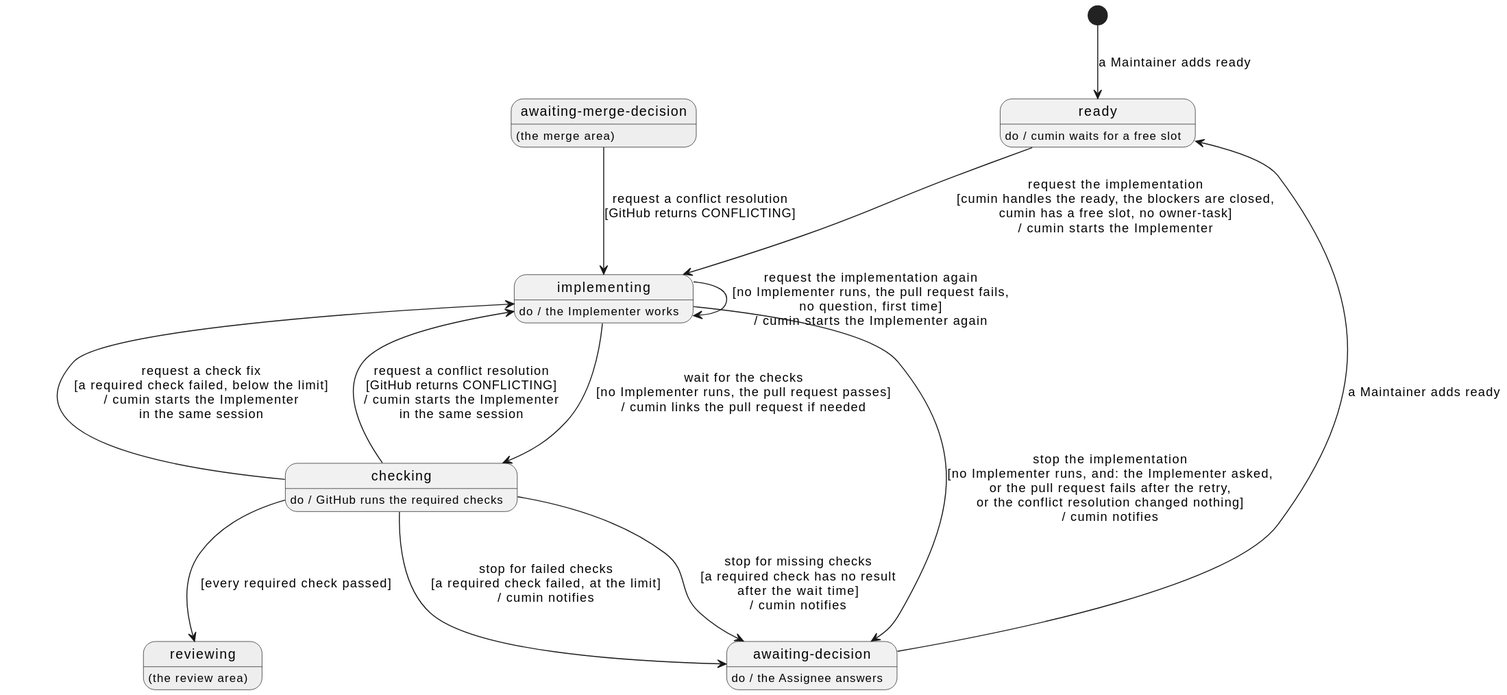
Above: docs/ja/requirements/impl/overview.svg in cloveclovedev/cumin-works (PlantUML), before the change. Its diagram source:
```plantuml
@startuml

hide empty description

state "ready" as Ready
Ready : do / cumin waits for a free slot

state "implementing" as Implementing
Implementing : do / the Implementer works

state "checking" as Checking
Checking : do / GitHub runs the required checks

state "awaiting-decision" as Decision
Decision : do / the Assignee answers

state "reviewing" as Reviewing #EEEEEE
Reviewing : (the review area)

state "awaiting-merge-decision" as MergeDecision #EEEEEE
MergeDecision : (the merge area)

[*] --> Ready : a Maintainer adds ready
Ready --> Implementing : request the implementation\n[cumin handles the ready, the blockers are closed,\ncumin has a free slot, no owner-task]\n/ cumin starts the Implementer
Implementing --> Checking : wait for the checks\n[no Implementer runs, the pull request passes]\n/ cumin links the pull request if needed
Implementing --> Implementing : request the implementation again\n[no Implementer runs, the pull request fails,\nno question, first time]\n/ cumin starts the Implementer again
Implementing --> Decision : stop the implementation\n[no Implementer runs, and: the Implementer asked,\nor the pull request fails after the retry,\nor the conflict resolution changed nothing]\n/ cumin notifies
Checking --> Implementing : request a check fix\n[a required check failed, below the limit]\n/ cumin starts the Implementer\nin the same session
Checking --> Decision : stop for failed checks\n[a required check failed, at the limit]\n/ cumin notifies
Checking --> Decision : stop for missing checks\n[a required check has no result\nafter the wait time]\n/ cumin notifies
Checking --> Implementing : request a conflict resolution\n[GitHub returns CONFLICTING]\n/ cumin starts the Implementer\nin the same session
MergeDecision --> Implementing : request a conflict resolution\n[GitHub returns CONFLICTING]
Checking --> Reviewing : [every required check passed]
Decision --> Ready : a Maintainer adds ready
@enduml
```
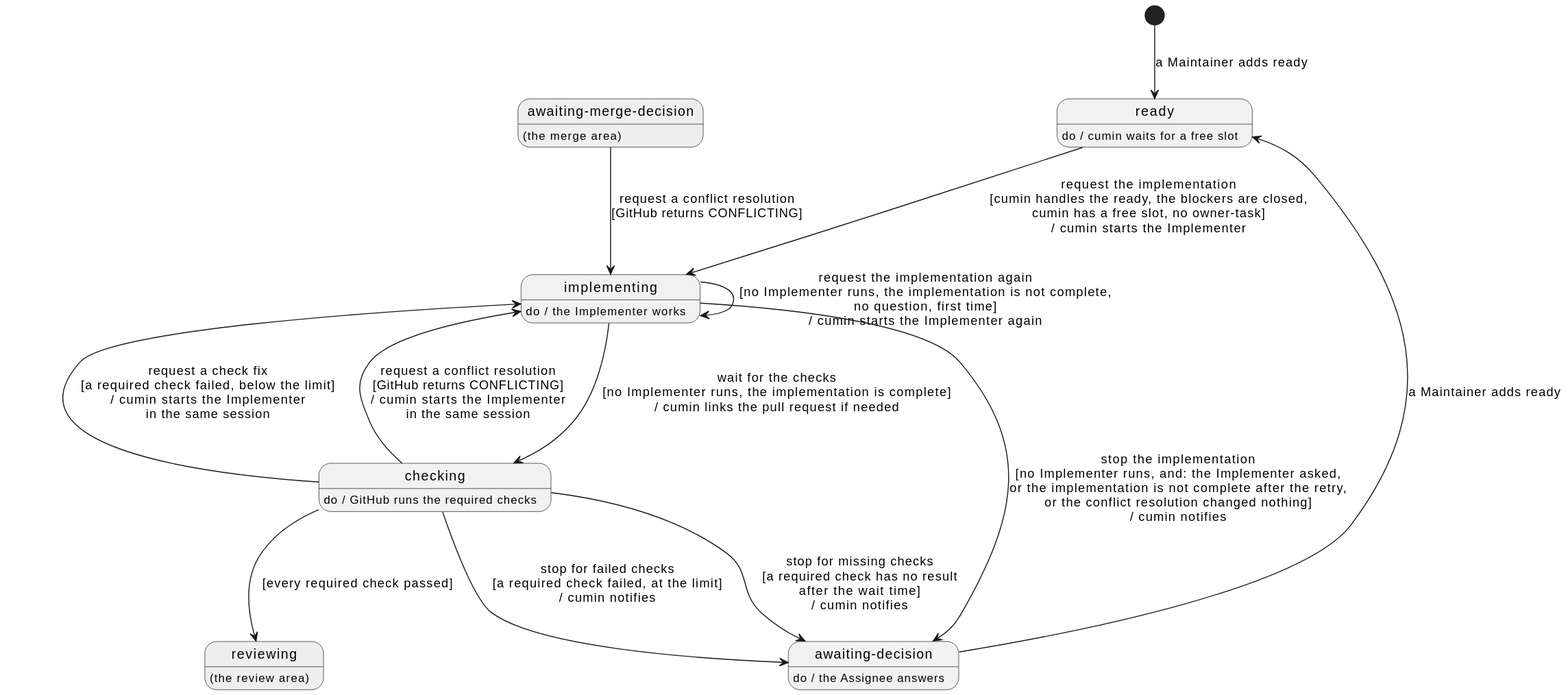
The same file after the commit.

Commit message:
docs(requirements): reword the IMPL and REVIEW completion checks and section titles

Change to the diagram source:
```diff
@@ -22,9 +22,9 @@
 
 [*] --> Ready : a Maintainer adds ready
 Ready --> Implementing : request the implementation\n[cumin handles the ready, the blockers are closed,\ncumin has a free slot, no owner-task]\n/ cumin starts the Implementer
-Implementing --> Checking : wait for the checks\n[no Implementer runs, the pull request passes]\n/ cumin links the pull request if needed
-Implementing --> Implementing : request the implementation again\n[no Implementer runs, the pull request fails,\nno question, first time]\n/ cumin starts the Implementer again
-Implementing --> Decision : stop the implementation\n[no Implementer runs, and: the Implementer asked,\nor the pull request fails after the retry,\nor the conflict resolution changed nothing]\n/ cumin notifies
+Implementing --> Checking : wait for the checks\n[no Implementer runs, the implementation is complete]\n/ cumin links the pull request if needed
+Implementing --> Implementing : request the implementation again\n[no Implementer runs, the implementation is not complete,\nno question, first time]\n/ cumin starts the Implementer again
+Implementing --> Decision : stop the implementation\n[no Implementer runs, and: the Implementer asked,\nor the implementation is not complete after the retry,\nor the conflict resolution changed nothing]\n/ cumin notifies
 Checking --> Implementing : request a check fix\n[a required check failed, below the limit]\n/ cumin starts the Implementer\nin the same session
 Checking --> Decision : stop for failed checks\n[a required check failed, at the limit]\n/ cumin notifies
 Checking --> Decision : stop for missing checks\n[a required check has no result\nafter the wait time]\n/ cumin notifies
```
